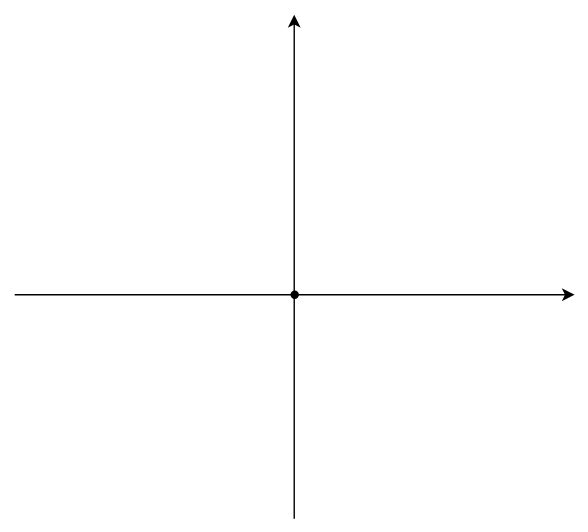
Before: 数学/直角坐标系.svg, a diagram exported from draw.io (Han-Haocheng/my-note). Source tidied: cells renumbered, new cells last; positions are measured from the earlier drawing's top-left corner, leaving out a move shared by most shapes.
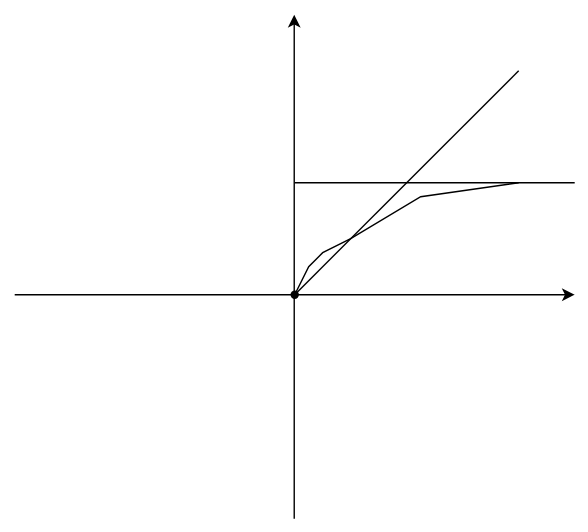
After the commit.

Change to the diagram source:
```diff
@@ -77,5 +77,28 @@
     <mxCell id="24" style="shape=waypoint;sketch=0;fillStyle=solid;size=6;fillColor=none;perimeter=centerPerimeter;align=center;verticalAlign=top;fontFamily=Helvetica;fontSize=12;fontColor=default;strokeColor=none;" parent="1" vertex="1">
       <mxGeometry x="200" y="360" width="20" height="20" as="geometry" />
     </mxCell>
+    <mxCell id="25" style="endArrow=none;html=1;rounded=0;fontFamily=Helvetica;fontSize=12;fontColor=default;" parent="1" edge="1">
+      <mxGeometry relative="1" as="geometry">
+        <mxPoint x="210" y="130" as="sourcePoint" />
+        <mxPoint x="410" y="130" as="targetPoint" />
+      </mxGeometry>
+    </mxCell>
+    <mxCell id="26" style="endArrow=none;html=1;rounded=0;fontFamily=Helvetica;fontSize=12;fontColor=default;exitX=1.043;exitY=0.248;exitDx=0;exitDy=0;exitPerimeter=0;" parent="1" edge="1" source="3">
+      <mxGeometry relative="1" as="geometry">
+        <mxPoint x="370" y="50" as="targetPoint" />
+      </mxGeometry>
+    </mxCell>
+    <mxCell id="27" style="endArrow=none;html=1;rounded=0;fontFamily=Helvetica;fontSize=12;fontColor=default;" parent="1" edge="1">
+      <mxGeometry relative="1" as="geometry">
+        <mxPoint x="210" y="210" as="sourcePoint" />
+        <mxPoint x="370" y="130" as="targetPoint" />
+        <Array as="points">
+          <mxPoint x="220" y="190" />
+          <mxPoint x="230" y="180" />
+          <mxPoint x="250" y="170" />
+          <mxPoint x="300" y="140" />
+        </Array>
+      </mxGeometry>
+    </mxCell>
   </root>
 </mxGraphModel>
```
